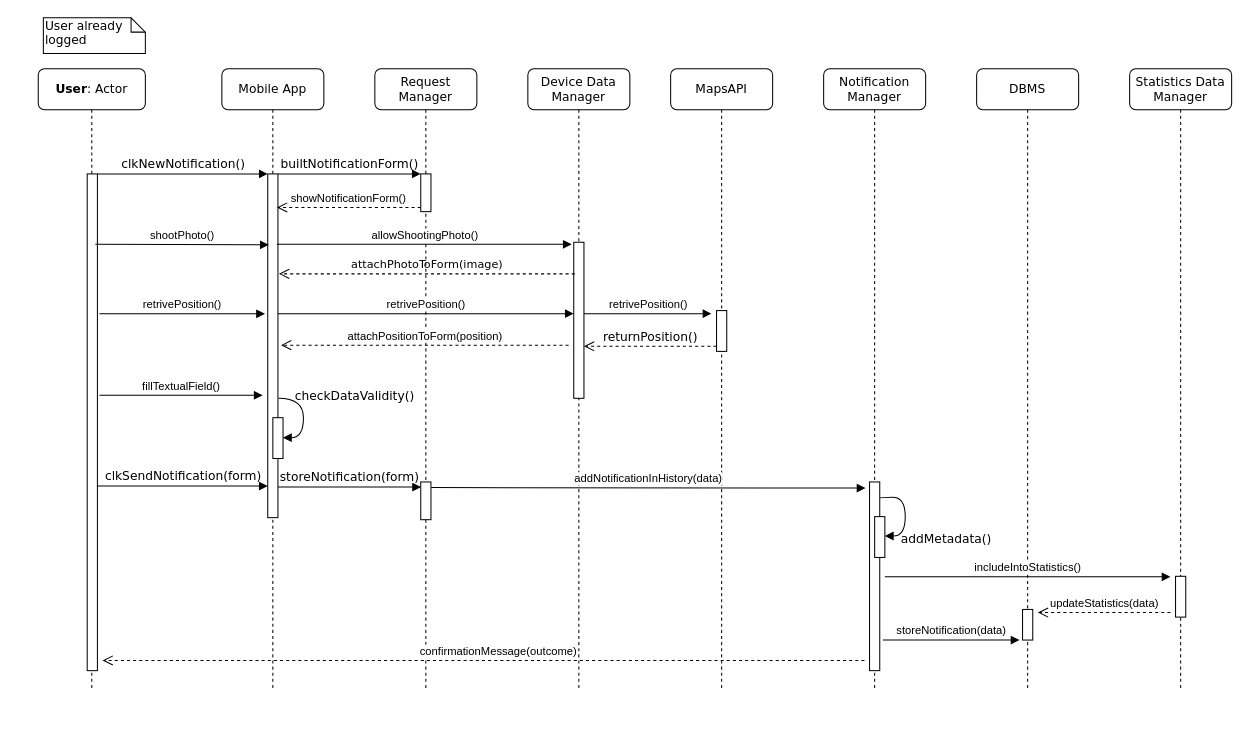
Above: DD/sequenceDiagram/userSendNotification.drawio in valearm/SafeStreets-Project-SE2 (draw.io), before the change. Source tidied: cells renumbered, new cells numbered last; positions are measured from the earlier drawing's top-left corner, leaving out a move shared by most shapes. Both pictures are drawn from the tidied source at 102%, with x=0, y=0 at pixel (38, 17).
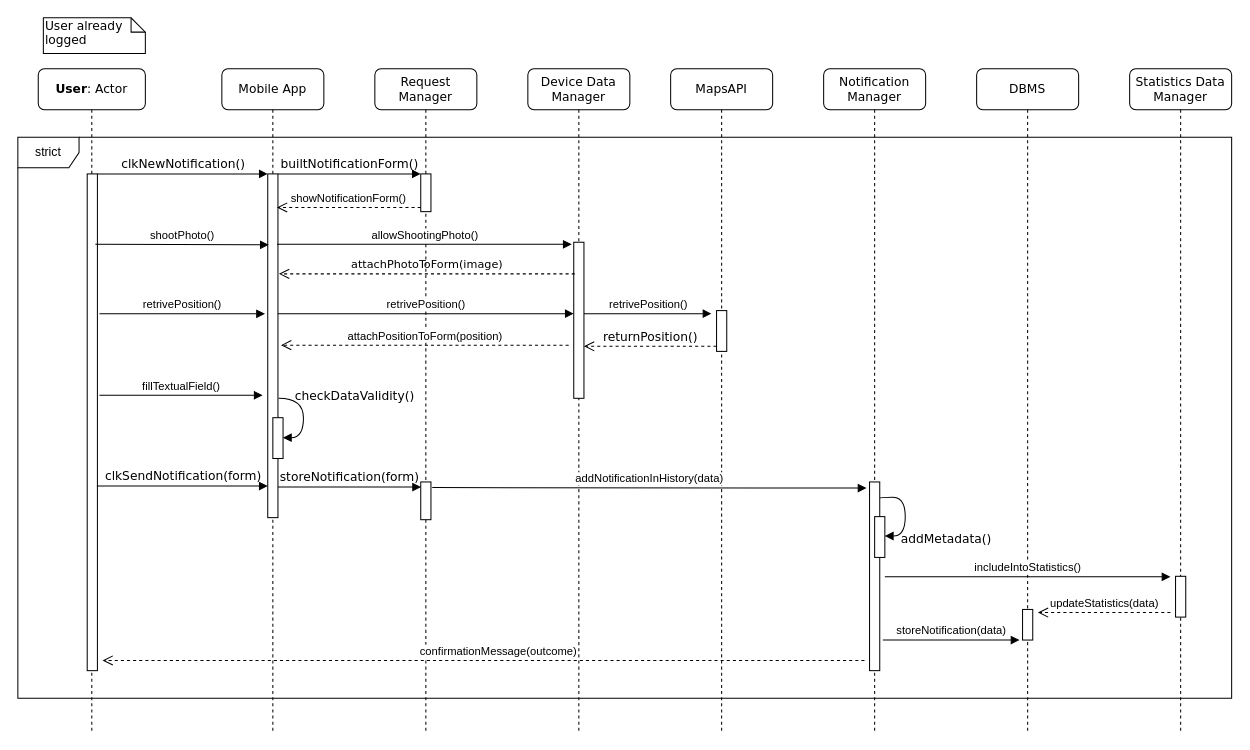
After the change.

Unchanged cells that the change refers to:
```xml
<mxCell id="6" style="html=1;points=[];perimeter=orthogonalPerimeter;rounded=0;shadow=0;comic=0;labelBackgroundColor=none;strokeWidth=1;fontFamily=Verdana;fontSize=12;align=center;" parent="4" vertex="1">
  <mxGeometry x="45" y="405" width="10" height="37" as="geometry" />
</mxCell>
```

What changed in the source:
```diff
@@
     <mxCell id="2" value="Mobile App" style="shape=umlLifeline;perimeter=lifelinePerimeter;whiteSpace=wrap;html=1;rounded=1;shadow=0;comic=0;labelBackgroundColor=none;strokeWidth=1;fontFamily=Verdana;fontSize=12;align=center;" parent="1" vertex="1">
-      <mxGeometry x="180" y="50" width="100" height="610" as="geometry" />
+      <mxGeometry x="180" y="50" width="100" height="650" as="geometry" />
     </mxCell>
@@
     <mxCell id="4" value="Request Manager" style="shape=umlLifeline;perimeter=lifelinePerimeter;whiteSpace=wrap;html=1;rounded=1;shadow=0;comic=0;labelBackgroundColor=none;strokeWidth=1;fontFamily=Verdana;fontSize=12;align=center;size=40;" parent="1" vertex="1">
-      <mxGeometry x="330" y="50" width="100" height="610" as="geometry" />
+      <mxGeometry x="330" y="50" width="100" height="650" as="geometry" />
     </mxCell>
@@
     <mxCell id="7" value="Device Data Manager " style="shape=umlLifeline;perimeter=lifelinePerimeter;whiteSpace=wrap;html=1;rounded=1;shadow=0;comic=0;labelBackgroundColor=none;strokeWidth=1;fontFamily=Verdana;fontSize=12;align=center;" parent="1" vertex="1">
-      <mxGeometry x="480" y="50" width="100" height="610" as="geometry" />
+      <mxGeometry x="480" y="50" width="100" height="650" as="geometry" />
     </mxCell>
     <mxCell id="8" value="MapsAPI" style="shape=umlLifeline;perimeter=lifelinePerimeter;whiteSpace=wrap;html=1;rounded=1;shadow=0;comic=0;labelBackgroundColor=none;strokeWidth=1;fontFamily=Verdana;fontSize=12;align=center;" parent="1" vertex="1">
-      <mxGeometry x="620" y="50" width="100" height="610" as="geometry" />
+      <mxGeometry x="620" y="50" width="100" height="650" as="geometry" />
     </mxCell>
@@
     <mxCell id="10" value="Notification Manager" style="shape=umlLifeline;perimeter=lifelinePerimeter;whiteSpace=wrap;html=1;rounded=1;shadow=0;comic=0;labelBackgroundColor=none;strokeWidth=1;fontFamily=Verdana;fontSize=12;align=center;" parent="1" vertex="1">
-      <mxGeometry x="770" y="50" width="100" height="610" as="geometry" />
+      <mxGeometry x="770" y="50" width="100" height="650" as="geometry" />
     </mxCell>
@@
     <mxCell id="12" value="DBMS" style="shape=umlLifeline;perimeter=lifelinePerimeter;whiteSpace=wrap;html=1;rounded=1;shadow=0;comic=0;labelBackgroundColor=none;strokeWidth=1;fontFamily=Verdana;fontSize=12;align=center;" parent="1" vertex="1">
-      <mxGeometry x="920" y="50" width="100" height="610" as="geometry" />
+      <mxGeometry x="920" y="50" width="100" height="650" as="geometry" />
     </mxCell>
@@
     <mxCell id="15" value="&lt;b&gt;User&lt;/b&gt;: Actor" style="shape=umlLifeline;perimeter=lifelinePerimeter;whiteSpace=wrap;html=1;rounded=1;shadow=0;comic=0;labelBackgroundColor=none;strokeWidth=1;fontFamily=Verdana;fontSize=12;align=center;" parent="1" vertex="1">
-      <mxGeometry y="50" width="105" height="610" as="geometry" />
+      <mxGeometry y="50" width="105" height="650" as="geometry" />
     </mxCell>
@@
     <mxCell id="35" value="Statistics Data Manager" style="shape=umlLifeline;perimeter=lifelinePerimeter;whiteSpace=wrap;html=1;rounded=1;shadow=0;comic=0;labelBackgroundColor=none;strokeWidth=1;fontFamily=Verdana;fontSize=12;align=center;" parent="1" vertex="1">
-      <mxGeometry x="1070" y="50" width="100" height="610" as="geometry" />
+      <mxGeometry x="1070" y="50" width="100" height="650" as="geometry" />
     </mxCell>
@@
-    <mxCell id="37" value="addNotificationInHistory(data)" style="html=1;verticalAlign=bottom;endArrow=block;fontSize=11;exitX=1.033;exitY=0.149;exitDx=0;exitDy=0;exitPerimeter=0;" parent="1" edge="1" source="6">
+    <mxCell id="37" value="addNotificationInHistory(data)" style="html=1;verticalAlign=bottom;endArrow=block;fontSize=11;exitX=1.033;exitY=0.149;exitDx=0;exitDy=0;exitPerimeter=0;" parent="1" edge="1">
       <mxGeometry relative="1" as="geometry">
-        <mxPoint x="811" y="461" as="targetPoint" />
+        <mxPoint x="386.3" y="460.5" as="sourcePoint" />
+        <mxPoint x="812" y="461" as="targetPoint" />
       </mxGeometry>
     </mxCell>
@@
+    <mxCell id="43" value="strict" style="shape=umlFrame;whiteSpace=wrap;html=1;" parent="1" vertex="1">
+      <mxGeometry x="-20" y="117" width="1190" height="550" as="geometry" />
+    </mxCell>
```
